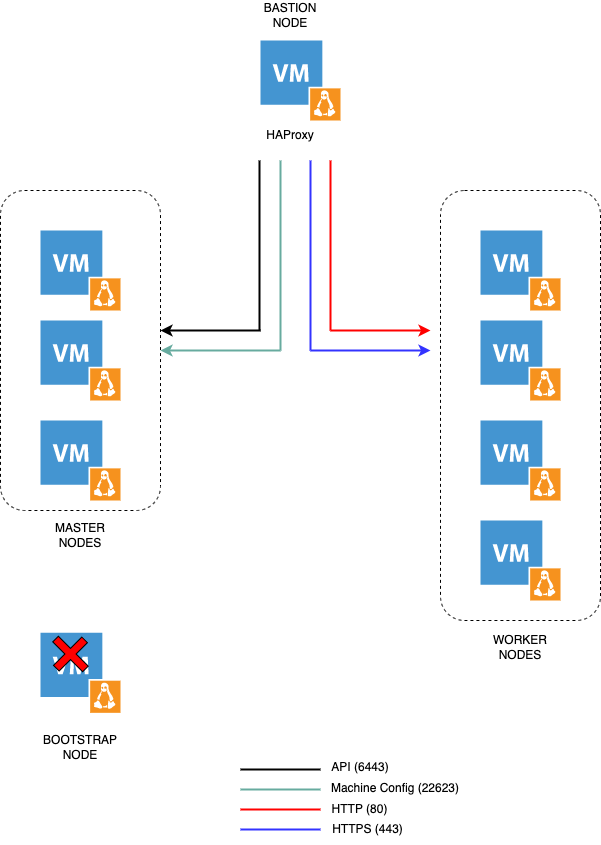
ObieBent/okd-upi-install keeps this draw.io diagram as diagram/eazytraining-lab.png. Above is the earlier version. Source tidied: cells renumbered, new cells last; positions are measured from the earlier drawing's top-left corner, leaving out a move shared by most shapes. Its diagram source:
```xml
<mxGraphModel>
  <root>
    <mxCell id="0" />
    <mxCell id="1" parent="0" />
    <mxCell id="2" style="rounded=1;whiteSpace=wrap;html=1;fillColor=none;dashed=1;" parent="1" vertex="1">
      <mxGeometry y="190" width="160" height="320" as="geometry" />
    </mxCell>
    <mxCell id="3" style="shadow=0;dashed=0;html=1;strokeColor=none;fillColor=#4495D1;labelPosition=center;verticalLabelPosition=bottom;verticalAlign=top;align=center;shape=mxgraph.veeam.vm_linux;" parent="1" vertex="1">
      <mxGeometry x="40" y="320" width="80" height="80" as="geometry" />
    </mxCell>
    <mxCell id="4" style="shadow=0;dashed=0;html=1;strokeColor=none;fillColor=#4495D1;labelPosition=center;verticalLabelPosition=bottom;verticalAlign=top;align=center;shape=mxgraph.veeam.vm_linux;" parent="1" vertex="1">
      <mxGeometry x="40" y="230" width="80" height="80" as="geometry" />
    </mxCell>
    <mxCell id="5" style="shadow=0;dashed=0;html=1;strokeColor=none;fillColor=#4495D1;labelPosition=center;verticalLabelPosition=bottom;verticalAlign=top;align=center;shape=mxgraph.veeam.vm_linux;" parent="1" vertex="1">
      <mxGeometry x="40" y="420" width="80" height="80" as="geometry" />
    </mxCell>
    <mxCell id="6" style="rounded=1;whiteSpace=wrap;html=1;fillColor=none;dashed=1;" parent="1" vertex="1">
      <mxGeometry x="440" y="190" width="160" height="430" as="geometry" />
    </mxCell>
    <mxCell id="7" style="shadow=0;dashed=0;html=1;strokeColor=none;fillColor=#4495D1;labelPosition=center;verticalLabelPosition=bottom;verticalAlign=top;align=center;shape=mxgraph.veeam.vm_linux;" parent="1" vertex="1">
      <mxGeometry x="480" y="320" width="80" height="80" as="geometry" />
    </mxCell>
    <mxCell id="8" style="shadow=0;dashed=0;html=1;strokeColor=none;fillColor=#4495D1;labelPosition=center;verticalLabelPosition=bottom;verticalAlign=top;align=center;shape=mxgraph.veeam.vm_linux;" parent="1" vertex="1">
      <mxGeometry x="480" y="230" width="80" height="80" as="geometry" />
    </mxCell>
    <mxCell id="9" style="shadow=0;dashed=0;html=1;strokeColor=none;fillColor=#4495D1;labelPosition=center;verticalLabelPosition=bottom;verticalAlign=top;align=center;shape=mxgraph.veeam.vm_linux;" parent="1" vertex="1">
      <mxGeometry x="480" y="420" width="80" height="80" as="geometry" />
    </mxCell>
    <mxCell id="10" style="shadow=0;dashed=0;html=1;strokeColor=none;fillColor=#4495D1;labelPosition=center;verticalLabelPosition=bottom;verticalAlign=top;align=center;shape=mxgraph.veeam.vm_linux;" parent="1" vertex="1">
      <mxGeometry x="260" y="40" width="80" height="80" as="geometry" />
    </mxCell>
    <mxCell id="11" style="endArrow=classic;html=1;rounded=0;curved=1;strokeWidth=2;" parent="1" edge="1">
      <mxGeometry relative="1" as="geometry">
        <mxPoint x="260" y="330" as="sourcePoint" />
        <mxPoint x="160" y="330" as="targetPoint" />
      </mxGeometry>
    </mxCell>
    <mxCell id="12" style="endArrow=none;html=1;rounded=0;curved=1;strokeWidth=2;" parent="1" edge="1">
      <mxGeometry relative="1" as="geometry">
        <mxPoint x="259" y="330" as="sourcePoint" />
        <mxPoint x="259" y="160" as="targetPoint" />
      </mxGeometry>
    </mxCell>
    <mxCell id="13" style="endArrow=classic;html=1;rounded=0;curved=1;strokeColor=#67AB9F;strokeWidth=2;" parent="1" edge="1">
      <mxGeometry relative="1" as="geometry">
        <mxPoint x="280" y="350" as="sourcePoint" />
        <mxPoint x="160" y="350" as="targetPoint" />
      </mxGeometry>
    </mxCell>
    <mxCell id="14" style="endArrow=none;html=1;rounded=0;curved=1;strokeColor=#67AB9F;strokeWidth=2;" parent="1" edge="1">
      <mxGeometry relative="1" as="geometry">
        <mxPoint x="280" y="350" as="sourcePoint" />
        <mxPoint x="280" y="160" as="targetPoint" />
        <Array as="points">
          <mxPoint x="280" y="260" />
        </Array>
      </mxGeometry>
    </mxCell>
    <mxCell id="15" style="endArrow=classic;html=1;rounded=0;strokeColor=#3333FF;curved=1;strokeWidth=2;" parent="1" edge="1">
      <mxGeometry relative="1" as="geometry">
        <mxPoint x="310" y="350" as="sourcePoint" />
        <mxPoint x="430" y="350" as="targetPoint" />
      </mxGeometry>
    </mxCell>
    <mxCell id="16" style="endArrow=none;html=1;rounded=0;curved=1;strokeColor=#3333FF;strokeWidth=2;" parent="1" edge="1">
      <mxGeometry relative="1" as="geometry">
        <mxPoint x="310" y="350" as="sourcePoint" />
        <mxPoint x="310" y="160" as="targetPoint" />
        <Array as="points">
          <mxPoint x="310" y="260" />
        </Array>
      </mxGeometry>
    </mxCell>
    <mxCell id="17" style="endArrow=classic;html=1;rounded=0;strokeColor=#FF0000;curved=1;strokeWidth=2;" parent="1" edge="1">
      <mxGeometry relative="1" as="geometry">
        <mxPoint x="330" y="330" as="sourcePoint" />
        <mxPoint x="430" y="330" as="targetPoint" />
      </mxGeometry>
    </mxCell>
    <mxCell id="18" style="endArrow=none;html=1;rounded=0;curved=1;strokeColor=#FF0000;strokeWidth=2;" parent="1" edge="1">
      <mxGeometry relative="1" as="geometry">
        <mxPoint x="330" y="330" as="sourcePoint" />
        <mxPoint x="330" y="160" as="targetPoint" />
        <Array as="points">
          <mxPoint x="330" y="270" />
        </Array>
      </mxGeometry>
    </mxCell>
    <mxCell id="19" value="HAProxy" style="text;html=1;strokeColor=none;fillColor=none;align=center;verticalAlign=middle;whiteSpace=wrap;rounded=0;dashed=1;" parent="1" vertex="1">
      <mxGeometry x="260" y="120" width="60" height="30" as="geometry" />
    </mxCell>
    <mxCell id="20" value="MASTER NODES" style="text;html=1;strokeColor=none;fillColor=none;align=center;verticalAlign=middle;whiteSpace=wrap;rounded=0;dashed=1;" parent="1" vertex="1">
      <mxGeometry x="50" y="520" width="60" height="30" as="geometry" />
    </mxCell>
    <mxCell id="21" value="WORKER NODES" style="text;html=1;strokeColor=none;fillColor=none;align=center;verticalAlign=middle;whiteSpace=wrap;rounded=0;dashed=1;" parent="1" vertex="1">
      <mxGeometry x="490" y="632.3" width="60" height="30" as="geometry" />
    </mxCell>
    <mxCell id="22" style="shadow=0;dashed=0;html=1;strokeColor=none;fillColor=#4495D1;labelPosition=center;verticalLabelPosition=bottom;verticalAlign=top;align=center;shape=mxgraph.veeam.vm_linux;" parent="1" vertex="1">
      <mxGeometry x="40" y="632.3" width="80" height="80" as="geometry" />
    </mxCell>
    <mxCell id="23" value="BOOTSTRAP NODE" style="text;html=1;strokeColor=none;fillColor=none;align=center;verticalAlign=middle;whiteSpace=wrap;rounded=0;dashed=1;" parent="1" vertex="1">
      <mxGeometry x="50" y="732.3" width="60" height="30" as="geometry" />
    </mxCell>
    <mxCell id="24" value="BASTION NODE" style="text;html=1;strokeColor=none;fillColor=none;align=center;verticalAlign=middle;whiteSpace=wrap;rounded=0;dashed=1;" parent="1" vertex="1">
      <mxGeometry x="260" width="60" height="30" as="geometry" />
    </mxCell>
    <mxCell id="25" style="endArrow=none;html=1;rounded=0;curved=1;strokeWidth=2;" parent="1" edge="1">
      <mxGeometry relative="1" as="geometry">
        <mxPoint x="240" y="769" as="sourcePoint" />
        <mxPoint x="320" y="769" as="targetPoint" />
      </mxGeometry>
    </mxCell>
    <mxCell id="26" style="endArrow=none;html=1;rounded=0;curved=1;strokeWidth=2;strokeColor=#67AB9F;" parent="1" edge="1">
      <mxGeometry relative="1" as="geometry">
        <mxPoint x="240" y="789" as="sourcePoint" />
        <mxPoint x="320" y="789" as="targetPoint" />
      </mxGeometry>
    </mxCell>
    <mxCell id="27" style="endArrow=none;html=1;rounded=0;curved=1;strokeWidth=2;strokeColor=#FF0000;" parent="1" edge="1">
      <mxGeometry relative="1" as="geometry">
        <mxPoint x="240" y="809" as="sourcePoint" />
        <mxPoint x="320" y="809" as="targetPoint" />
      </mxGeometry>
    </mxCell>
    <mxCell id="28" style="endArrow=none;html=1;rounded=0;curved=1;strokeWidth=2;strokeColor=#3333FF;" parent="1" edge="1">
      <mxGeometry relative="1" as="geometry">
        <mxPoint x="240" y="829" as="sourcePoint" />
        <mxPoint x="320" y="829" as="targetPoint" />
      </mxGeometry>
    </mxCell>
    <mxCell id="29" value="API (6443)" style="text;html=1;strokeColor=none;fillColor=none;align=center;verticalAlign=middle;whiteSpace=wrap;rounded=0;dashed=1;" parent="1" vertex="1">
      <mxGeometry x="330" y="752" width="60" height="30" as="geometry" />
    </mxCell>
    <mxCell id="30" value="Machine Config (22623)" style="text;html=1;strokeColor=none;fillColor=none;align=center;verticalAlign=middle;whiteSpace=wrap;rounded=0;dashed=1;" parent="1" vertex="1">
      <mxGeometry x="320" y="773" width="150" height="30" as="geometry" />
    </mxCell>
    <mxCell id="31" value="HTTP (80)" style="text;html=1;strokeColor=none;fillColor=none;align=center;verticalAlign=middle;whiteSpace=wrap;rounded=0;dashed=1;" parent="1" vertex="1">
      <mxGeometry x="306.5" y="794" width="105" height="30" as="geometry" />
    </mxCell>
    <mxCell id="32" value="HTTPS (443)" style="text;html=1;strokeColor=none;fillColor=none;align=center;verticalAlign=middle;whiteSpace=wrap;rounded=0;dashed=1;" parent="1" vertex="1">
      <mxGeometry x="314.5" y="814" width="105" height="30" as="geometry" />
    </mxCell>
    <mxCell id="33" style="shape=cross;whiteSpace=wrap;html=1;fillColor=#FF0000;rotation=-45;" parent="1" vertex="1">
      <mxGeometry x="50" y="632.3" width="40" height="42.3" as="geometry" />
    </mxCell>
    <mxCell id="34" style="shadow=0;dashed=0;html=1;strokeColor=none;fillColor=#4495D1;labelPosition=center;verticalLabelPosition=bottom;verticalAlign=top;align=center;shape=mxgraph.veeam.vm_linux;" parent="1" vertex="1">
      <mxGeometry x="480" y="520" width="80" height="80" as="geometry" />
    </mxCell>
  </root>
</mxGraphModel>
```
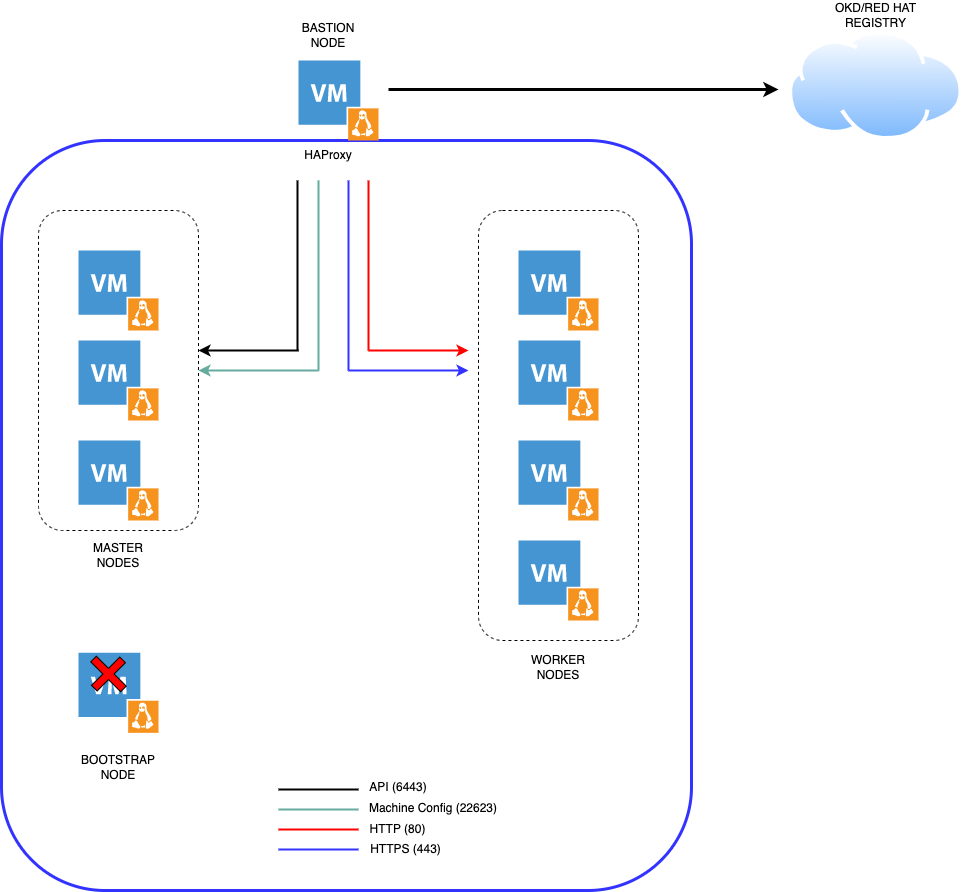
After the change.

Diff of the diagram source:
```diff
@@ -2,6 +2,9 @@
   <root>
     <mxCell id="0" />
     <mxCell id="1" parent="0" />
+    <mxCell id="35" style="rounded=1;whiteSpace=wrap;html=1;fillColor=none;strokeWidth=3;strokeColor=#3333FF;" parent="1" vertex="1">
+      <mxGeometry x="-37" y="120" width="690" height="750" as="geometry" />
+    </mxCell>
     <mxCell id="2" style="rounded=1;whiteSpace=wrap;html=1;fillColor=none;dashed=1;" parent="1" vertex="1">
       <mxGeometry y="190" width="160" height="320" as="geometry" />
     </mxCell>
@@ -146,5 +149,17 @@
     <mxCell id="34" style="shadow=0;dashed=0;html=1;strokeColor=none;fillColor=#4495D1;labelPosition=center;verticalLabelPosition=bottom;verticalAlign=top;align=center;shape=mxgraph.veeam.vm_linux;" parent="1" vertex="1">
       <mxGeometry x="480" y="520" width="80" height="80" as="geometry" />
     </mxCell>
+    <mxCell id="36" style="perimeter=ellipsePerimeter;html=1;align=center;shadow=0;dashed=0;spacingTop=3;image;image=img/lib/active_directory/internet_cloud.svg;imageBackground=none;imageBorder=none;" parent="1" vertex="1">
+      <mxGeometry x="750" y="10" width="174.6" height="110" as="geometry" />
+    </mxCell>
+    <mxCell id="37" style="endArrow=classic;html=1;rounded=0;strokeWidth=3;" parent="1" edge="1">
+      <mxGeometry relative="1" as="geometry">
+        <mxPoint x="350" y="69" as="sourcePoint" />
+        <mxPoint x="740" y="69" as="targetPoint" />
+      </mxGeometry>
+    </mxCell>
+    <mxCell id="38" value="OKD/RED HAT&lt;br&gt;REGISTRY" style="text;html=1;strokeColor=none;fillColor=none;align=center;verticalAlign=middle;whiteSpace=wrap;rounded=0;" parent="1" vertex="1">
+      <mxGeometry x="781" y="-20" width="112.7" height="30" as="geometry" />
+    </mxCell>
   </root>
 </mxGraphModel>
```
